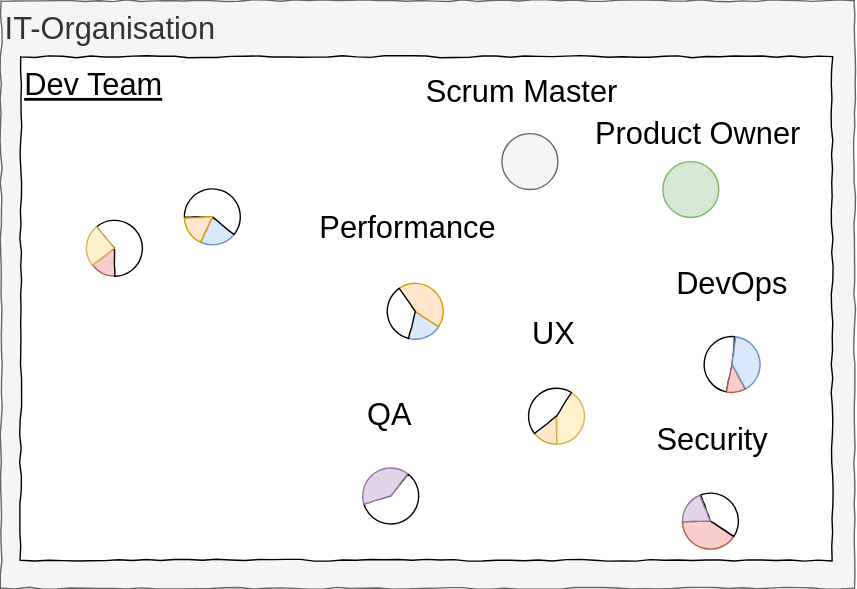
iteratec/techcamp-devops-slides keeps this draw.io diagram as img/diagram_41.svg. Above is the earlier version. Source tidied: cells renumbered, new cells last; positions are measured from the earlier drawing's top-left corner, leaving out a move shared by most shapes.
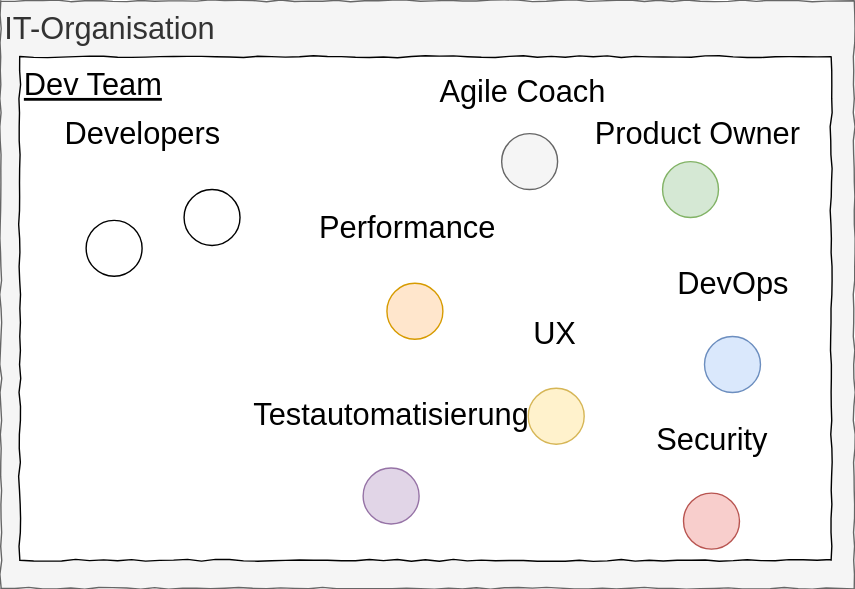
After the change.

What changed in the source:
```diff
@@ -3,97 +3,61 @@
     <mxCell id="0" />
     <mxCell id="1" parent="0" />
     <mxCell id="2" value="IT-Organisation" style="rounded=0;whiteSpace=wrap;html=1;comic=1;fontSize=22;align=left;verticalAlign=top;fillColor=#f5f5f5;strokeColor=#666666;fontColor=#333333;" parent="1" vertex="1">
-      <mxGeometry width="610" height="420" as="geometry" />
+      <mxGeometry y="-60" width="610" height="420" as="geometry" />
     </mxCell>
     <mxCell id="3" value="Dev Team" style="rounded=0;whiteSpace=wrap;html=1;comic=1;fontSize=22;align=left;verticalAlign=top;fontStyle=4;" parent="1" vertex="1">
-      <mxGeometry x="14" y="40" width="580" height="360" as="geometry" />
+      <mxGeometry x="13.5" y="-20" width="580" height="360" as="geometry" />
     </mxCell>
-    <mxCell id="4" style="ellipse;whiteSpace=wrap;html=1;rounded=0;shadow=0;glass=0;comic=1;strokeColor=#666666;strokeWidth=1;fillColor=#f5f5f5;fontSize=22;align=left;fontColor=#333333;" parent="1" vertex="1">
-      <mxGeometry x="358" y="95" width="40" height="40" as="geometry" />
+    <mxCell id="4" style="ellipse;whiteSpace=wrap;html=1;rounded=0;shadow=0;glass=0;comic=1;strokeColor=#000000;strokeWidth=1;fillColor=#ffffff;gradientColor=#ffffff;fontSize=22;align=left;" parent="1" vertex="1">
+      <mxGeometry x="61" y="97" width="40" height="40" as="geometry" />
     </mxCell>
-    <mxCell id="5" style="ellipse;whiteSpace=wrap;html=1;rounded=0;shadow=0;glass=0;comic=1;strokeColor=#82b366;strokeWidth=1;fillColor=#d5e8d4;fontSize=22;align=left;" parent="1" vertex="1">
-      <mxGeometry x="473" y="115" width="40" height="40" as="geometry" />
+    <mxCell id="5" style="ellipse;whiteSpace=wrap;html=1;rounded=0;shadow=0;glass=0;comic=1;strokeColor=#000000;strokeWidth=1;fillColor=#ffffff;gradientColor=#ffffff;fontSize=22;align=left;" parent="1" vertex="1">
+      <mxGeometry x="131" y="74.5" width="40" height="40" as="geometry" />
     </mxCell>
-    <mxCell id="6" value="Scrum Master" style="text;html=1;align=left;verticalAlign=top;spacingTop=-4;fontSize=22;" parent="1" vertex="1">
-      <mxGeometry x="301.5" y="50" width="150" height="30" as="geometry" />
+    <mxCell id="6" style="ellipse;whiteSpace=wrap;html=1;rounded=0;shadow=0;glass=0;comic=1;strokeColor=#666666;strokeWidth=1;fillColor=#f5f5f5;fontSize=22;align=left;fontColor=#333333;" parent="1" vertex="1">
+      <mxGeometry x="358" y="35" width="40" height="40" as="geometry" />
     </mxCell>
-    <mxCell id="7" value="Product Owner" style="text;html=1;align=left;verticalAlign=top;spacingTop=-4;fontSize=22;" parent="1" vertex="1">
-      <mxGeometry x="423" y="80" width="160" height="30" as="geometry" />
+    <mxCell id="7" value="Developers" style="text;html=1;align=left;verticalAlign=top;spacingTop=-4;fontSize=22;" parent="1" vertex="1">
+      <mxGeometry x="43.5" y="20" width="130" height="30" as="geometry" />
     </mxCell>
-    <mxCell id="8" style="verticalLabelPosition=bottom;verticalAlign=top;html=1;shape=mxgraph.basic.pie;startAngle=0.5;endAngle=0.6496054410100788;rounded=0;shadow=0;glass=0;comic=1;strokeColor=#b85450;strokeWidth=1;fillColor=#f8cecc;fontSize=22;align=left;" parent="1" vertex="1">
-      <mxGeometry x="61.5" y="157" width="40" height="40" as="geometry" />
+    <mxCell id="8" style="ellipse;whiteSpace=wrap;html=1;rounded=0;shadow=0;glass=0;comic=1;strokeColor=#82b366;strokeWidth=1;fillColor=#d5e8d4;fontSize=22;align=left;" parent="1" vertex="1">
+      <mxGeometry x="473" y="55" width="40" height="40" as="geometry" />
     </mxCell>
-    <mxCell id="9" style="verticalLabelPosition=bottom;verticalAlign=top;html=1;shape=mxgraph.basic.pie;startAngle=0.1396324920223451;endAngle=0.7468173254495136;rounded=0;shadow=0;glass=0;comic=1;strokeColor=#000000;strokeWidth=1;fillColor=#ffffff;gradientColor=#ffffff;fontSize=22;align=left;rotation=-90;" parent="1" vertex="1">
-      <mxGeometry x="61" y="157" width="40" height="40" as="geometry" />
+    <mxCell id="9" value="Agile Coach" style="text;html=1;align=left;verticalAlign=top;spacingTop=-4;fontSize=22;" parent="1" vertex="1">
+      <mxGeometry x="311.5" y="-10" width="130" height="30" as="geometry" />
     </mxCell>
-    <mxCell id="10" style="verticalLabelPosition=bottom;verticalAlign=top;html=1;shape=mxgraph.basic.pie;startAngle=0.14637792145004605;endAngle=0.3896324920223451;rounded=0;shadow=0;glass=0;comic=1;strokeColor=#d6b656;strokeWidth=1;fillColor=#fff2cc;fontSize=22;align=left;rotation=-180;" parent="1" vertex="1">
-      <mxGeometry x="61" y="157" width="40" height="40" as="geometry" />
+    <mxCell id="10" value="Product Owner" style="text;html=1;align=left;verticalAlign=top;spacingTop=-4;fontSize=22;" parent="1" vertex="1">
+      <mxGeometry x="423" y="20" width="160" height="30" as="geometry" />
     </mxCell>
-    <mxCell id="11" style="verticalLabelPosition=bottom;verticalAlign=top;html=1;shape=mxgraph.basic.pie;startAngle=0.3585235363196673;endAngle=0.5672992925498727;rounded=0;shadow=0;glass=0;comic=1;strokeColor=#6c8ebf;strokeWidth=1;fillColor=#dae8fc;fontSize=22;align=left;" parent="1" vertex="1">
-      <mxGeometry x="131" y="134.5" width="40" height="40" as="geometry" />
+    <mxCell id="11" style="ellipse;whiteSpace=wrap;html=1;rounded=0;shadow=0;glass=0;comic=1;strokeColor=#d79b00;strokeWidth=1;fillColor=#ffe6cc;fontSize=22;align=left;" parent="1" vertex="1">
+      <mxGeometry x="276" y="142" width="40" height="40" as="geometry" />
     </mxCell>
-    <mxCell id="12" style="verticalLabelPosition=bottom;verticalAlign=top;html=1;shape=mxgraph.basic.pie;startAngle=0.9984085036175459;endAngle=0.6078912138079359;rounded=0;shadow=0;glass=0;comic=1;strokeColor=#000000;strokeWidth=1;fillColor=#ffffff;gradientColor=#ffffff;fontSize=22;align=left;rotation=-90;" parent="1" vertex="1">
-      <mxGeometry x="131" y="134.5" width="40" height="40" as="geometry" />
+    <mxCell id="12" style="ellipse;whiteSpace=wrap;html=1;rounded=0;shadow=0;glass=0;comic=1;strokeColor=#d6b656;strokeWidth=1;fillColor=#fff2cc;fontSize=22;align=left;" parent="1" vertex="1">
+      <mxGeometry x="377" y="217" width="40" height="40" as="geometry" />
     </mxCell>
-    <mxCell id="13" style="verticalLabelPosition=bottom;verticalAlign=top;html=1;shape=mxgraph.basic.pie;startAngle=0.06992645701258379;endAngle=0.24344062594951216;rounded=0;shadow=0;glass=0;comic=1;strokeColor=#d79b00;strokeWidth=1;fillColor=#ffe6cc;fontSize=22;align=left;rotation=-180;" parent="1" vertex="1">
-      <mxGeometry x="131" y="134.5" width="40" height="40" as="geometry" />
+    <mxCell id="13" style="ellipse;whiteSpace=wrap;html=1;rounded=0;shadow=0;glass=0;comic=1;strokeColor=#b85450;strokeWidth=1;fillColor=#f8cecc;fontSize=22;align=left;" parent="1" vertex="1">
+      <mxGeometry x="487.5" y="292" width="40" height="40" as="geometry" />
     </mxCell>
-    <mxCell id="14" style="verticalLabelPosition=bottom;verticalAlign=top;html=1;shape=mxgraph.basic.pie;startAngle=0.3563042112927343;endAngle=0.9580289579934987;rounded=0;shadow=0;glass=0;comic=1;strokeColor=#000000;strokeWidth=1;fillColor=#ffffff;gradientColor=#ffffff;fontSize=22;align=left;rotation=-90;" parent="1" vertex="1">
-      <mxGeometry x="258.5" y="334" width="40" height="40" as="geometry" />
+    <mxCell id="14" style="ellipse;whiteSpace=wrap;html=1;rounded=0;shadow=0;glass=0;comic=1;strokeColor=#9673a6;strokeWidth=1;fillColor=#e1d5e7;fontSize=22;align=left;" parent="1" vertex="1">
+      <mxGeometry x="258.5" y="273.5" width="40" height="40" as="geometry" />
     </mxCell>
-    <mxCell id="15" style="verticalLabelPosition=bottom;verticalAlign=top;html=1;shape=mxgraph.basic.pie;startAngle=0.2021571216913015;endAngle=0.6045423715417149;rounded=0;shadow=0;glass=0;comic=1;strokeColor=#9673a6;strokeWidth=1;fillColor=#e1d5e7;fontSize=22;align=left;rotation=-180;" parent="1" vertex="1">
-      <mxGeometry x="258.5" y="334" width="40" height="40" as="geometry" />
+    <mxCell id="15" style="ellipse;whiteSpace=wrap;html=1;rounded=0;shadow=0;glass=0;comic=1;strokeColor=#6c8ebf;strokeWidth=1;fillColor=#dae8fc;fontSize=22;align=left;" parent="1" vertex="1">
+      <mxGeometry x="503" y="180" width="40" height="40" as="geometry" />
     </mxCell>
-    <mxCell id="16" style="verticalLabelPosition=bottom;verticalAlign=top;html=1;shape=mxgraph.basic.pie;startAngle=0.34504361703454833;endAngle=0.7468173254495136;rounded=0;shadow=0;glass=0;comic=1;strokeColor=#b85450;strokeWidth=1;fillColor=#f8cecc;fontSize=22;align=left;" parent="1" vertex="1">
-      <mxGeometry x="487" y="352" width="40" height="40" as="geometry" />
+    <mxCell id="16" value="&lt;div&gt;Performance&lt;/div&gt;&lt;div align=&quot;center&quot;&gt;&lt;br&gt;&lt;/div&gt;" style="text;html=1;align=center;verticalAlign=top;spacingTop=-4;fontSize=22;" parent="1" vertex="1">
+      <mxGeometry x="220" y="87" width="140" height="50" as="geometry" />
     </mxCell>
-    <mxCell id="17" style="verticalLabelPosition=bottom;verticalAlign=top;html=1;shape=mxgraph.basic.pie;startAngle=0.19359868413899878;endAngle=0.5917329654327684;rounded=0;shadow=0;glass=0;comic=1;strokeColor=#000000;strokeWidth=1;fillColor=#ffffff;gradientColor=#ffffff;fontSize=22;align=left;rotation=-90;" parent="1" vertex="1">
-      <mxGeometry x="487" y="352" width="40" height="40" as="geometry" />
+    <mxCell id="17" value="&lt;div&gt;UX&lt;/div&gt;&lt;div&gt;&lt;br&gt;&lt;/div&gt;" style="text;html=1;align=center;verticalAlign=top;spacingTop=-4;fontSize=22;" parent="1" vertex="1">
+      <mxGeometry x="341" y="163" width="110" height="50" as="geometry" />
     </mxCell>
-    <mxCell id="18" style="verticalLabelPosition=bottom;verticalAlign=top;html=1;shape=mxgraph.basic.pie;startAngle=0.2468173254495136;endAngle=0.4380732523341831;rounded=0;shadow=0;glass=0;comic=1;strokeColor=#9673a6;strokeWidth=1;fillColor=#e1d5e7;fontSize=22;align=left;rotation=-180;" parent="1" vertex="1">
-      <mxGeometry x="487" y="352" width="40" height="40" as="geometry" />
+    <mxCell id="18" value="&lt;div&gt;DevOps&lt;/div&gt;&lt;div&gt;&lt;br&gt;&lt;/div&gt;" style="text;html=1;align=center;verticalAlign=top;spacingTop=-4;fontSize=22;" parent="1" vertex="1">
+      <mxGeometry x="468" y="127" width="110" height="50" as="geometry" />
     </mxCell>
-    <mxCell id="19" style="verticalLabelPosition=bottom;verticalAlign=top;html=1;shape=mxgraph.basic.pie;startAngle=0.5324704699317755;endAngle=0.014285457105234005;rounded=0;shadow=0;glass=0;comic=1;strokeColor=#000000;strokeWidth=1;fillColor=#ffffff;gradientColor=#ffffff;fontSize=22;align=left;" parent="1" vertex="1">
-      <mxGeometry x="502.5" y="240" width="40" height="40" as="geometry" />
+    <mxCell id="19" value="&lt;div&gt;Security&lt;/div&gt;&lt;div&gt;&lt;br&gt;&lt;/div&gt;" style="text;html=1;align=center;verticalAlign=top;spacingTop=-4;fontSize=22;" parent="1" vertex="1">
+      <mxGeometry x="453.5" y="238.5" width="110" height="50" as="geometry" />
     </mxCell>
-    <mxCell id="20" style="verticalLabelPosition=bottom;verticalAlign=top;html=1;shape=mxgraph.basic.pie;startAngle=0.6729605819305962;endAngle=0.7824704699317755;rounded=0;shadow=0;glass=0;comic=1;strokeColor=#b85450;strokeWidth=1;fillColor=#f8cecc;fontSize=22;align=left;rotation=-90;" parent="1" vertex="1">
-      <mxGeometry x="502.5" y="240" width="40" height="40" as="geometry" />
+    <mxCell id="20" value="Testautomatisierung" style="text;html=1;align=center;verticalAlign=top;spacingTop=-4;fontSize=22;" parent="1" vertex="1">
+      <mxGeometry x="172.5" y="220.5" width="210" height="30" as="geometry" />
     </mxCell>
-    <mxCell id="21" style="verticalLabelPosition=bottom;verticalAlign=top;html=1;shape=mxgraph.basic.pie;startAngle=0.5205747559124867;endAngle=0.9211970936297817;rounded=0;shadow=0;glass=0;comic=1;strokeColor=#6c8ebf;strokeWidth=1;fillColor=#dae8fc;fontSize=22;align=left;rotation=-180;" parent="1" vertex="1">
-      <mxGeometry x="502.5" y="240" width="40" height="40" as="geometry" />
-    </mxCell>
-    <mxCell id="22" style="verticalLabelPosition=bottom;verticalAlign=top;html=1;shape=mxgraph.basic.pie;startAngle=0.5;endAngle=0.6470651994738623;rounded=0;shadow=0;glass=0;comic=1;strokeColor=#d79b00;strokeWidth=1;fillColor=#ffe6cc;fontSize=22;align=left;" parent="1" vertex="1">
-      <mxGeometry x="377" y="277" width="40" height="40" as="geometry" />
-    </mxCell>
-    <mxCell id="23" style="verticalLabelPosition=bottom;verticalAlign=top;html=1;shape=mxgraph.basic.pie;startAngle=0.3222688415021494;endAngle=0.7468173254495136;rounded=0;shadow=0;glass=0;comic=1;strokeColor=#d6b656;strokeWidth=1;fillColor=#fff2cc;fontSize=22;align=left;rotation=-90;" parent="1" vertex="1">
-      <mxGeometry x="377" y="277" width="40" height="40" as="geometry" />
-    </mxCell>
-    <mxCell id="24" style="verticalLabelPosition=bottom;verticalAlign=top;html=1;shape=mxgraph.basic.pie;startAngle=0.1445715809024097;endAngle=0.5889038422446764;rounded=0;shadow=0;glass=0;comic=1;strokeColor=#000000;strokeWidth=1;fillColor=#ffffff;gradientColor=#ffffff;fontSize=22;align=left;rotation=-180;" parent="1" vertex="1">
-      <mxGeometry x="377" y="277" width="40" height="40" as="geometry" />
-    </mxCell>
-    <mxCell id="25" style="verticalLabelPosition=bottom;verticalAlign=top;html=1;shape=mxgraph.basic.pie;startAngle=0.34167527970021233;endAngle=0.5419710420065014;rounded=0;shadow=0;glass=0;comic=1;strokeColor=#6c8ebf;strokeWidth=1;fillColor=#dae8fc;fontSize=22;align=left;" parent="1" vertex="1">
-      <mxGeometry x="276" y="202" width="40" height="40" as="geometry" />
-    </mxCell>
-    <mxCell id="26" style="verticalLabelPosition=bottom;verticalAlign=top;html=1;shape=mxgraph.basic.pie;startAngle=0.14510256118324447;endAngle=0.5911426855501892;rounded=0;shadow=0;glass=0;comic=1;strokeColor=#d79b00;strokeWidth=1;fillColor=#ffe6cc;fontSize=22;align=left;rotation=-90;" parent="1" vertex="1">
-      <mxGeometry x="276" y="202" width="40" height="40" as="geometry" />
-    </mxCell>
-    <mxCell id="27" style="verticalLabelPosition=bottom;verticalAlign=top;html=1;shape=mxgraph.basic.pie;startAngle=0.03748814800221059;endAngle=0.4031240879316606;rounded=0;shadow=0;glass=0;comic=1;strokeWidth=1;fontSize=22;align=left;rotation=-180;" parent="1" vertex="1">
-      <mxGeometry x="276" y="202" width="40" height="40" as="geometry" />
-    </mxCell>
-    <mxCell id="28" value="&lt;div&gt;Performance&lt;/div&gt;&lt;div align=&quot;center&quot;&gt;&lt;br&gt;&lt;/div&gt;" style="text;html=1;align=center;verticalAlign=top;spacingTop=-4;fontSize=22;" parent="1" vertex="1">
-      <mxGeometry x="220" y="147" width="140" height="50" as="geometry" />
-    </mxCell>
-    <mxCell id="29" value="&lt;div&gt;UX&lt;/div&gt;&lt;div&gt;&lt;br&gt;&lt;/div&gt;" style="text;html=1;align=center;verticalAlign=top;spacingTop=-4;fontSize=22;" parent="1" vertex="1">
-      <mxGeometry x="341" y="223" width="110" height="50" as="geometry" />
-    </mxCell>
-    <mxCell id="30" value="&lt;div&gt;DevOps&lt;/div&gt;&lt;div&gt;&lt;br&gt;&lt;/div&gt;" style="text;html=1;align=center;verticalAlign=top;spacingTop=-4;fontSize=22;" parent="1" vertex="1">
-      <mxGeometry x="468" y="187" width="110" height="50" as="geometry" />
-    </mxCell>
-    <mxCell id="31" value="&lt;div&gt;Security&lt;/div&gt;&lt;div&gt;&lt;br&gt;&lt;/div&gt;" style="text;html=1;align=center;verticalAlign=top;spacingTop=-4;fontSize=22;" parent="1" vertex="1">
-      <mxGeometry x="453.5" y="298.5" width="110" height="50" as="geometry" />
-    </mxCell>
-    <mxCell id="32" value="&lt;div&gt;QA&lt;/div&gt;&lt;div&gt;&lt;br&gt;&lt;/div&gt;" style="text;html=1;align=center;verticalAlign=top;spacingTop=-4;fontSize=22;" parent="1" vertex="1">
-      <mxGeometry x="222.5" y="280.5" width="110" height="50" as="geometry" />
-    </mxCell>
   </root>
 </mxGraphModel>
```
